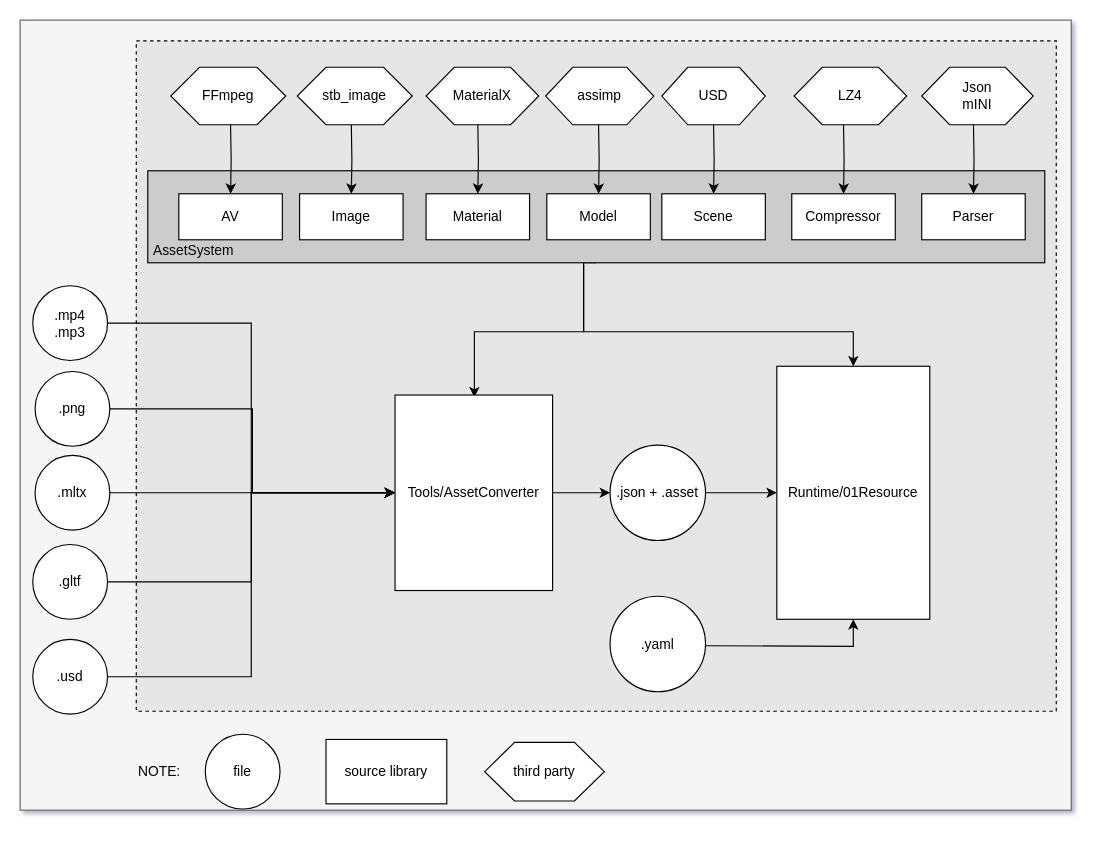
Before: Documents/Images/asset_system.drawio in NoSW/Axe, a draw.io diagram. Source tidied: cells renumbered, new cells numbered last; positions are measured from the earlier drawing's top-left corner, leaving out a move shared by most shapes. Both pictures are drawn from the tidied source at 115%, with x=0, y=0 at pixel (20, 20).
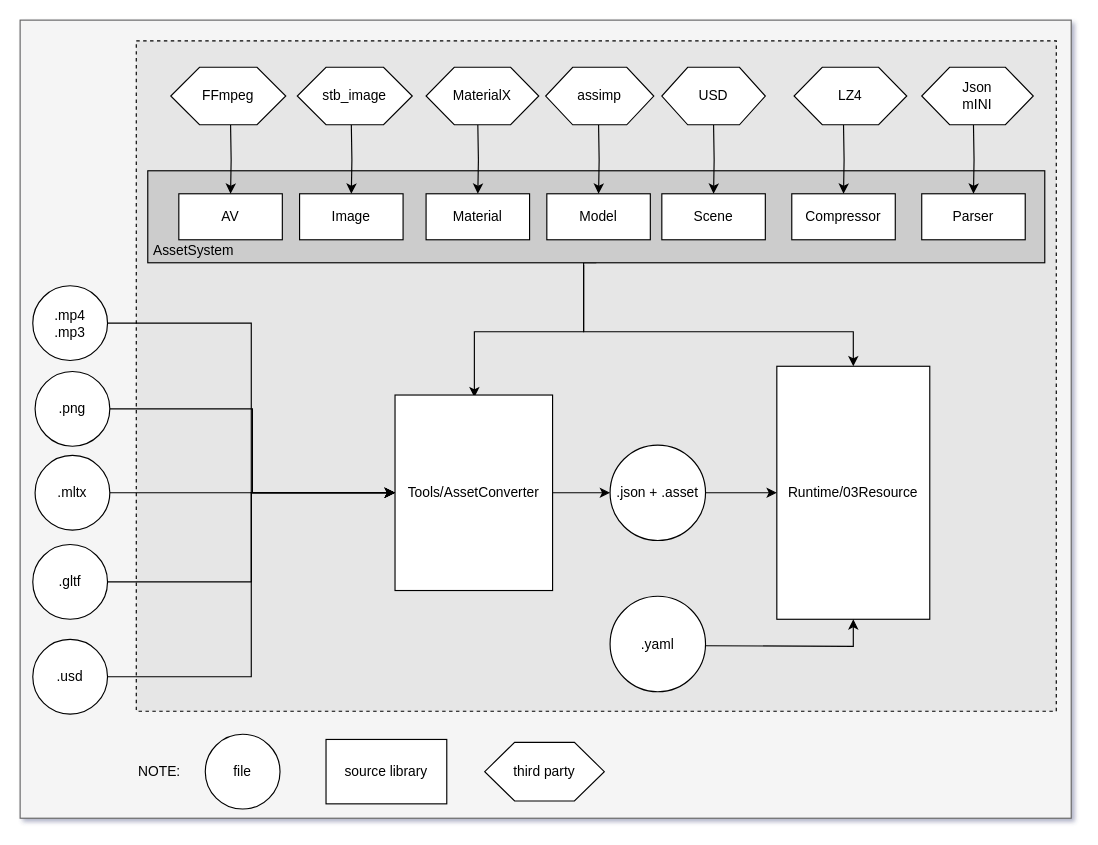
The same page after the edit.

Change to the diagram source:
```diff
@@
     <mxCell id="2" style="rounded=0;whiteSpace=wrap;html=1;fillColor=#f5f5f5;strokeColor=#666666;fontColor=#333333;" parent="1" vertex="1">
-      <mxGeometry width="914" height="687" as="geometry" />
+      <mxGeometry width="914" height="694" as="geometry" />
     </mxCell>
@@
-    <mxCell id="7" value="Runtime/01Resource" style="rounded=0;whiteSpace=wrap;html=1;" parent="1" vertex="1">
+    <mxCell id="7" value="Runtime/03Resource" style="rounded=0;whiteSpace=wrap;html=1;" parent="1" vertex="1">
       <mxGeometry x="658" y="301" width="133" height="220" as="geometry" />
     </mxCell>
```
